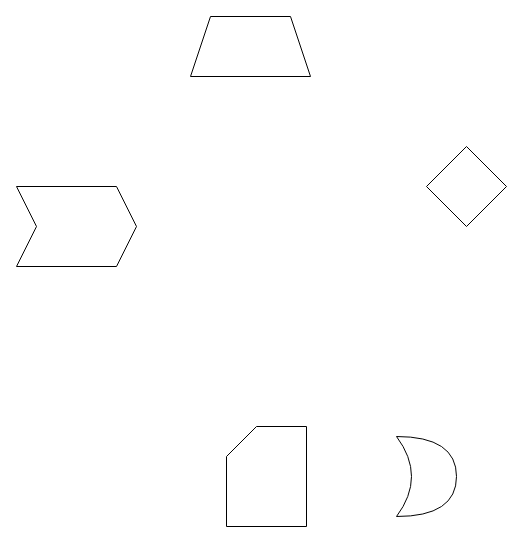
The draw.io diagram src/Fibonacci/Untitled Diagram.drawio in lukaneto/FibonacciAcademico, before the edit. Source tidied: cells renumbered, new cells numbered last; positions are measured from the earlier drawing's top-left corner, leaving out a move shared by most shapes. Both pictures are drawn from the tidied source at 100%, with x=0, y=0 at pixel (16, 16).
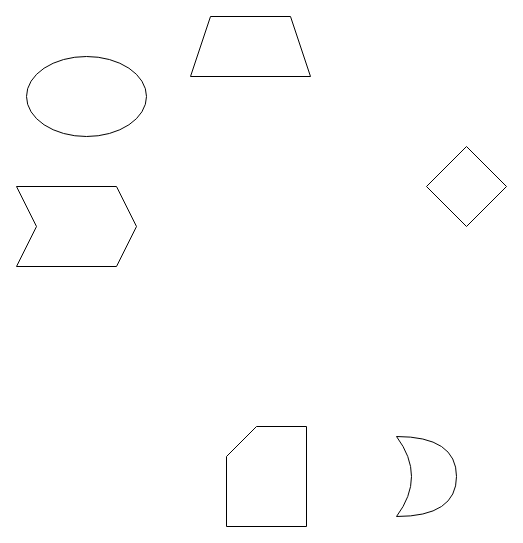
The same diagram, later.

Diff of the diagram source:
```diff
@@
 <mxGraphModel>
   <root>
     <mxCell id="0" />
     <mxCell id="1" parent="0" />
     <mxCell id="2" style="shape=step;perimeter=stepPerimeter;whiteSpace=wrap;html=1;fixedSize=1;" parent="1" vertex="1">
       <mxGeometry y="170" width="120" height="80" as="geometry" />
     </mxCell>
     <mxCell id="3" style="rhombus;whiteSpace=wrap;html=1;" parent="1" vertex="1">
       <mxGeometry x="410" y="130" width="80" height="80" as="geometry" />
     </mxCell>
     <mxCell id="4" style="shape=trapezoid;perimeter=trapezoidPerimeter;whiteSpace=wrap;html=1;fixedSize=1;" parent="1" vertex="1">
       <mxGeometry x="174" width="120" height="60" as="geometry" />
     </mxCell>
     <mxCell id="5" style="shape=xor;whiteSpace=wrap;html=1;" parent="1" vertex="1">
       <mxGeometry x="380" y="420" width="60" height="80" as="geometry" />
     </mxCell>
     <mxCell id="6" style="shape=card;whiteSpace=wrap;html=1;" parent="1" vertex="1">
       <mxGeometry x="210" y="410" width="80" height="100" as="geometry" />
     </mxCell>
+    <mxCell id="7" style="ellipse;whiteSpace=wrap;html=1;" parent="1" vertex="1">
+      <mxGeometry x="10" y="40" width="120" height="80" as="geometry" />
+    </mxCell>
   </root>
 </mxGraphModel>
```
